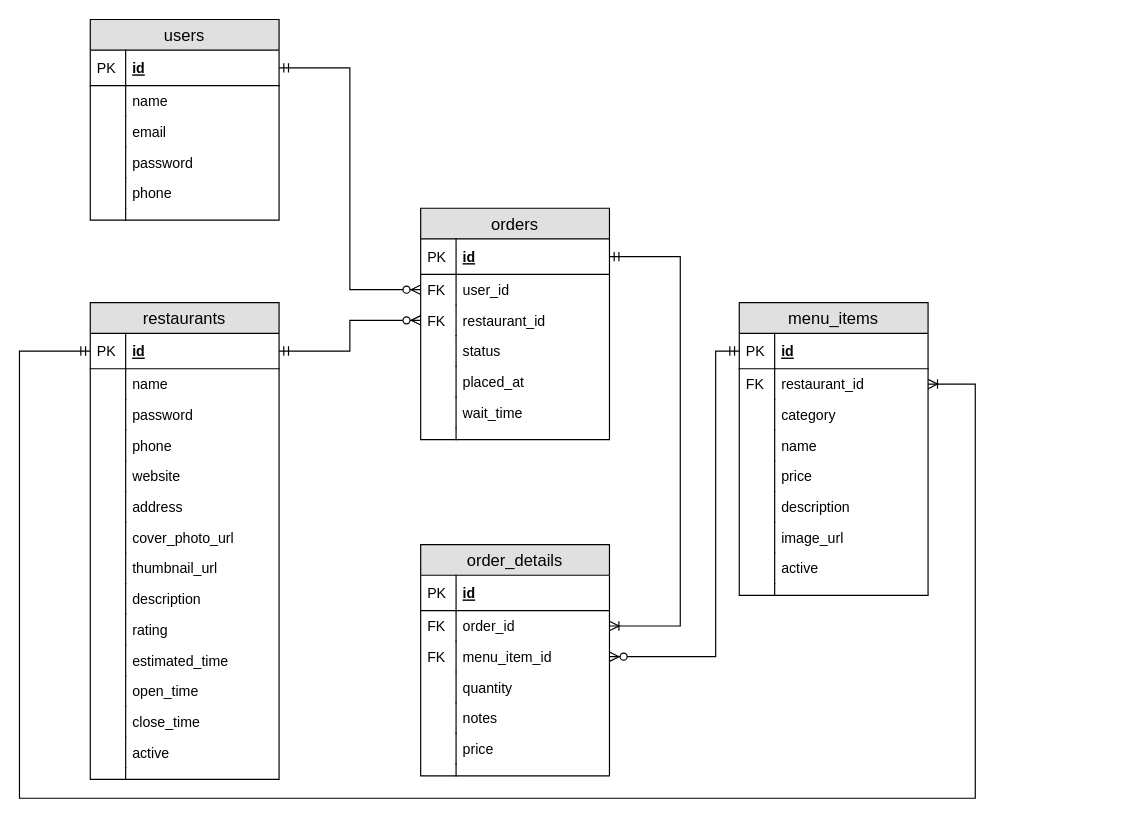
Before: additional_resources/erd.drawio in mrchenliang/project_takeout, a draw.io diagram. Source tidied: cells renumbered, new cells numbered last; positions are measured from the earlier drawing's top-left corner, leaving out a move shared by most shapes. Both pictures are drawn from the tidied source at 118%, with x=0, y=0 at pixel (19, 19).
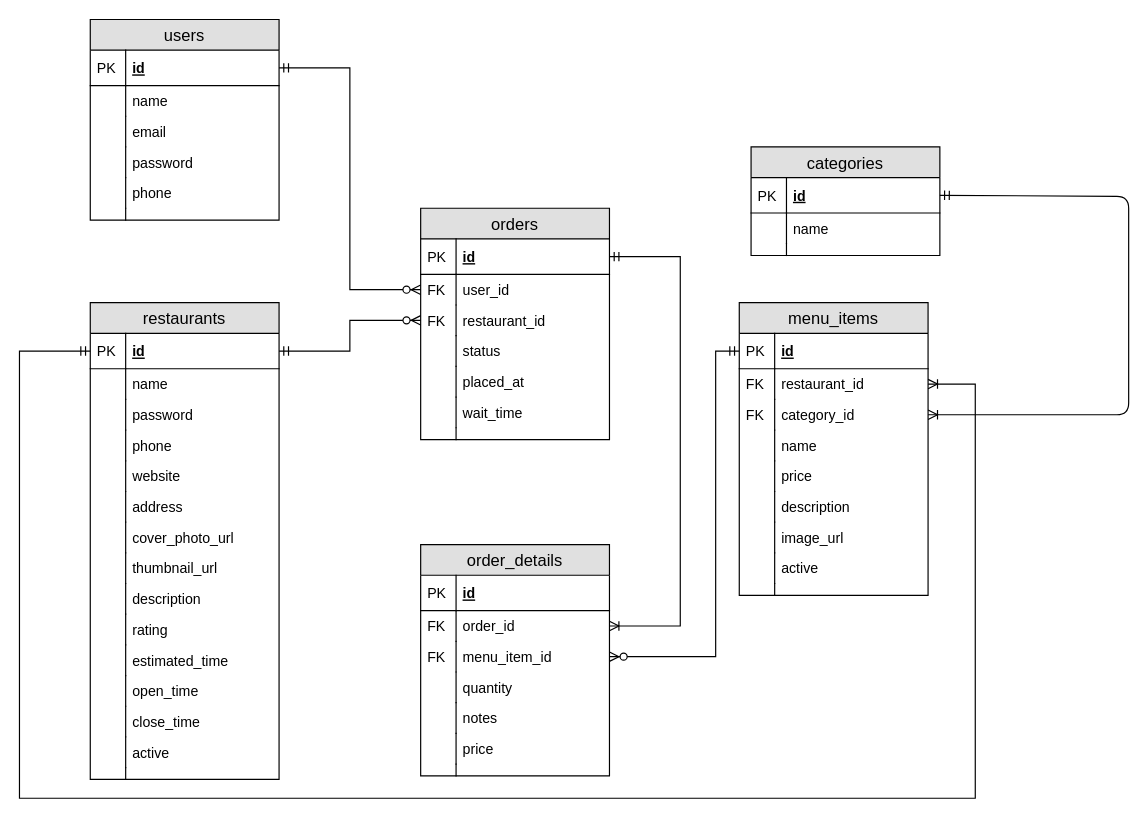
The same diagram, later.

Commit message:
Update erd.drawio with categories table

The change refers to these unchanged cells:
```xml
<mxCell id="46" value="menu_items" style="swimlane;fontStyle=0;horizontal=1;startSize=26;fillColor=#e0e0e0;swimlaneFillColor=#ffffff;align=center;fontSize=14;" parent="1" vertex="1">
  <mxGeometry x="610" y="240" width="160" height="248" as="geometry" />
</mxCell>
```

Change to the diagram source:
```diff
@@
-    <mxCell id="51" value="category" style="shape=partialRectangle;top=0;left=0;right=0;bottom=0;align=left;verticalAlign=top;fillColor=none;spacingLeft=34;spacingRight=4;overflow=hidden;points=[[0,0.5],[1,0.5]];portConstraint=eastwest;fontSize=12;" parent="46" vertex="1">
+    <mxCell id="51" value="category_id" style="shape=partialRectangle;top=0;left=0;right=0;bottom=0;align=left;verticalAlign=top;fillColor=none;spacingLeft=34;spacingRight=4;overflow=hidden;points=[[0,0.5],[1,0.5]];portConstraint=eastwest;fontSize=12;" parent="46" vertex="1">
       <mxGeometry y="82" width="160" height="26" as="geometry" />
     </mxCell>
-    <mxCell id="52" style="shape=partialRectangle;top=0;left=0;bottom=0;fillColor=none;align=left;verticalAlign=top;spacingLeft=4;spacingRight=4;overflow=hidden;fontSize=12;" parent="51" vertex="1">
+    <mxCell id="52" value="FK" style="shape=partialRectangle;top=0;left=0;bottom=0;fillColor=none;align=left;verticalAlign=top;spacingLeft=4;spacingRight=4;overflow=hidden;fontSize=12;" parent="51" vertex="1">
       <mxGeometry width="30" height="26" as="geometry" />
     </mxCell>
@@
+    <mxCell id="100" value="categories" style="swimlane;fontStyle=0;horizontal=1;startSize=26;fillColor=#e0e0e0;swimlaneFillColor=#ffffff;align=center;fontSize=14;" parent="1" vertex="1">
+      <mxGeometry x="620" y="108" width="160" height="92" as="geometry" />
+    </mxCell>
+    <mxCell id="101" value="id" style="shape=partialRectangle;top=0;left=0;right=0;bottom=1;align=left;verticalAlign=middle;fillColor=none;spacingLeft=34;spacingRight=4;overflow=hidden;points=[[0,0.5],[1,0.5]];portConstraint=eastwest;fontStyle=5;fontSize=12;" parent="100" vertex="1">
+      <mxGeometry y="26" width="160" height="30" as="geometry" />
+    </mxCell>
+    <mxCell id="102" value="PK" style="shape=partialRectangle;top=0;left=0;bottom=0;fillColor=none;align=left;verticalAlign=middle;spacingLeft=4;spacingRight=4;overflow=hidden;fontSize=12;" parent="101" vertex="1">
+      <mxGeometry width="30" height="30" as="geometry" />
+    </mxCell>
+    <mxCell id="103" value="name" style="shape=partialRectangle;top=0;left=0;right=0;bottom=0;align=left;verticalAlign=top;fillColor=none;spacingLeft=34;spacingRight=4;overflow=hidden;fontSize=12;" parent="100" vertex="1">
+      <mxGeometry y="56" width="160" height="26" as="geometry" />
+    </mxCell>
+    <mxCell id="104" style="shape=partialRectangle;top=0;left=0;bottom=0;fillColor=none;align=left;verticalAlign=top;spacingLeft=4;spacingRight=4;overflow=hidden;fontSize=12;" parent="103" vertex="1">
+      <mxGeometry width="30" height="26" as="geometry" />
+    </mxCell>
+    <mxCell id="105" style="shape=partialRectangle;top=0;left=0;right=0;bottom=0;align=left;verticalAlign=top;fillColor=none;spacingLeft=34;spacingRight=4;overflow=hidden;fontSize=12;" parent="100" vertex="1">
+      <mxGeometry y="82" width="160" height="10" as="geometry" />
+    </mxCell>
+    <mxCell id="106" style="shape=partialRectangle;top=0;left=0;bottom=0;fillColor=none;align=left;verticalAlign=top;spacingLeft=4;spacingRight=4;overflow=hidden;fontSize=12;" parent="105" vertex="1">
+      <mxGeometry width="30" height="10" as="geometry" />
+    </mxCell>
+    <mxCell id="107" style="endArrow=ERoneToMany;html=1;exitX=1;exitY=0.5;exitDx=0;exitDy=0;entryX=1;entryY=0.5;entryDx=0;entryDy=0;startArrow=ERmandOne;startFill=0;endFill=0;" parent="1" edge="1" source="101" target="51">
+      <mxGeometry relative="1" as="geometry">
+        <Array as="points">
+          <mxPoint x="940" y="150" />
+          <mxPoint x="940" y="335" />
+        </Array>
+      </mxGeometry>
+    </mxCell>
```
